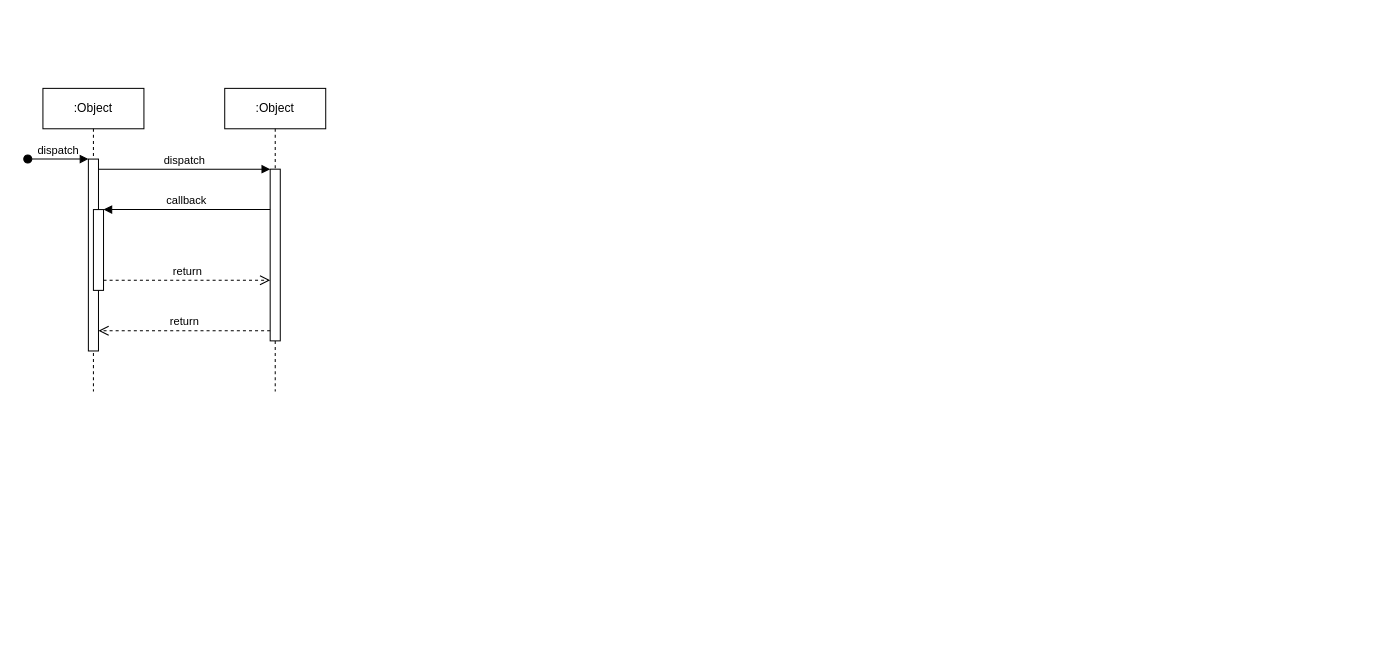
Before: Untitled Diagram.drawio in aleakos/aleakos.github.io, a draw.io diagram. Source tidied: cells renumbered, new cells numbered last; positions are measured from the earlier drawing's top-left corner, leaving out a move shared by most shapes. Both pictures are drawn from the tidied source at 101%, with x=0, y=0 at pixel (27, 88).
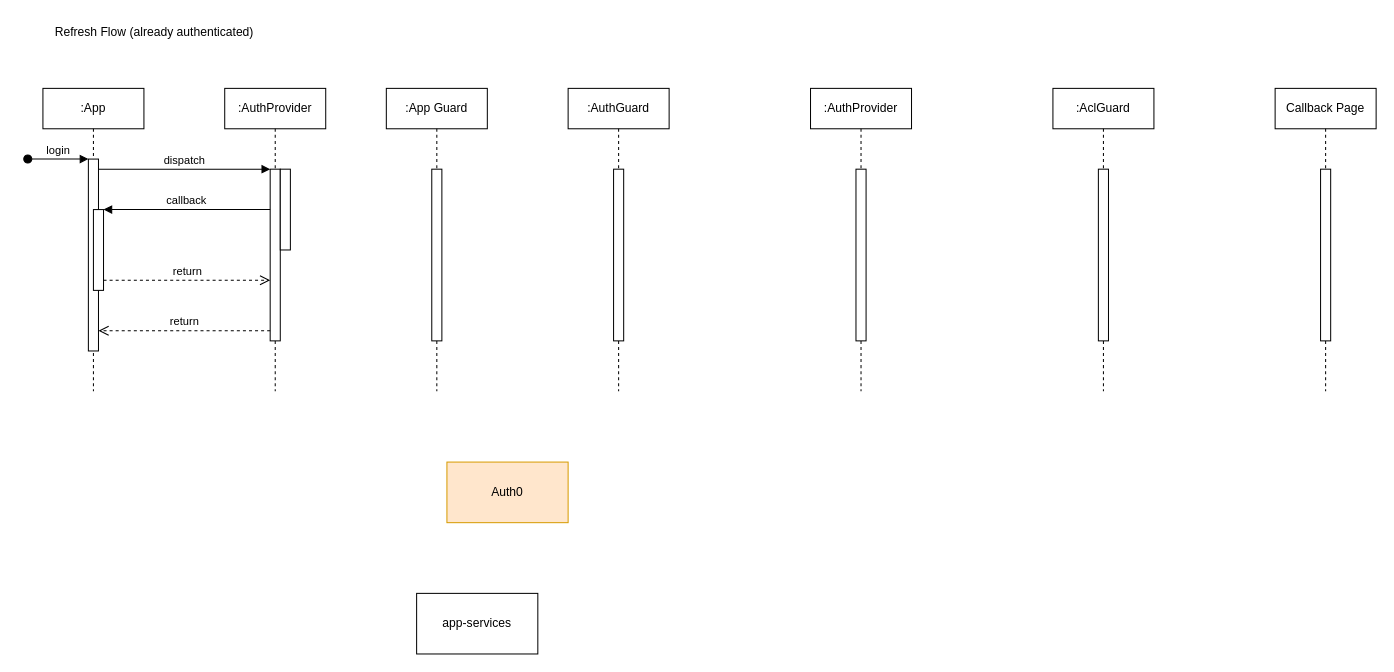
After the change.

The change refers to these unchanged cells:
```xml
<mxCell id="3" style="html=1;points=[];perimeter=orthogonalPerimeter;outlineConnect=0;targetShapes=umlLifeline;portConstraint=eastwest;newEdgeStyle={&quot;edgeStyle&quot;:&quot;elbowEdgeStyle&quot;,&quot;elbow&quot;:&quot;vertical&quot;,&quot;curved&quot;:0,&quot;rounded&quot;:0};" parent="2" vertex="1">
  <mxGeometry x="45" y="70" width="10" height="190" as="geometry" />
</mxCell>
```

What changed in the source:
```diff
@@
-    <mxCell id="2" value=":Object" style="shape=umlLifeline;perimeter=lifelinePerimeter;whiteSpace=wrap;html=1;newEdgeStyle={&quot;edgeStyle&quot;:&quot;elbowEdgeStyle&quot;,&quot;elbow&quot;:&quot;vertical&quot;,&quot;curved&quot;:0,&quot;rounded&quot;:0};" parent="1" vertex="1">
+    <mxCell id="2" value=":App" style="shape=umlLifeline;perimeter=lifelinePerimeter;whiteSpace=wrap;html=1;newEdgeStyle={&quot;edgeStyle&quot;:&quot;elbowEdgeStyle&quot;,&quot;elbow&quot;:&quot;vertical&quot;,&quot;curved&quot;:0,&quot;rounded&quot;:0};" parent="1" vertex="1">
       <mxGeometry x="15" width="100" height="300" as="geometry" />
     </mxCell>
@@
-    <mxCell id="4" value="dispatch" style="html=1;verticalAlign=bottom;startArrow=oval;endArrow=block;startSize=8;edgeStyle=elbowEdgeStyle;elbow=vertical;curved=0;rounded=0;" parent="2" edge="1" target="3">
+    <mxCell id="4" value="login" style="html=1;verticalAlign=bottom;startArrow=oval;endArrow=block;startSize=8;edgeStyle=elbowEdgeStyle;elbow=vertical;curved=0;rounded=0;" parent="2" edge="1" target="3">
       <mxGeometry relative="1" as="geometry">
         <mxPoint x="-15" y="70" as="sourcePoint" />
       </mxGeometry>
     </mxCell>
@@
-    <mxCell id="6" value=":Object" style="shape=umlLifeline;perimeter=lifelinePerimeter;whiteSpace=wrap;html=1;newEdgeStyle={&quot;edgeStyle&quot;:&quot;elbowEdgeStyle&quot;,&quot;elbow&quot;:&quot;vertical&quot;,&quot;curved&quot;:0,&quot;rounded&quot;:0};" parent="1" vertex="1">
+    <mxCell id="6" value=":AuthProvider" style="shape=umlLifeline;perimeter=lifelinePerimeter;whiteSpace=wrap;html=1;newEdgeStyle={&quot;edgeStyle&quot;:&quot;elbowEdgeStyle&quot;,&quot;elbow&quot;:&quot;vertical&quot;,&quot;curved&quot;:0,&quot;rounded&quot;:0};" parent="1" vertex="1">
       <mxGeometry x="195" width="100" height="300" as="geometry" />
     </mxCell>
@@
+    <mxCell id="12" style="html=1;perimeter=orthogonalPerimeter;targetShapes=umlLifeline;newEdgeStyle={&quot;edgeStyle&quot;:&quot;elbowEdgeStyle&quot;,&quot;elbow&quot;:&quot;vertical&quot;,&quot;curved&quot;:0,&quot;rounded&quot;:0};" parent="6" vertex="1">
+      <mxGeometry x="55" y="80" width="10" height="80" as="geometry" />
+    </mxCell>
@@
+    <mxCell id="13" value=":App Guard" style="shape=umlLifeline;perimeter=lifelinePerimeter;whiteSpace=wrap;html=1;newEdgeStyle={&quot;edgeStyle&quot;:&quot;elbowEdgeStyle&quot;,&quot;elbow&quot;:&quot;vertical&quot;,&quot;curved&quot;:0,&quot;rounded&quot;:0};" parent="1" vertex="1">
+      <mxGeometry x="355" width="100" height="300" as="geometry" />
+    </mxCell>
+    <mxCell id="14" style="html=1;perimeter=orthogonalPerimeter;targetShapes=umlLifeline;newEdgeStyle={&quot;edgeStyle&quot;:&quot;elbowEdgeStyle&quot;,&quot;elbow&quot;:&quot;vertical&quot;,&quot;curved&quot;:0,&quot;rounded&quot;:0};" parent="13" vertex="1">
+      <mxGeometry x="45" y="80" width="10" height="170" as="geometry" />
+    </mxCell>
+    <mxCell id="15" value=":AuthGuard" style="shape=umlLifeline;perimeter=lifelinePerimeter;whiteSpace=wrap;html=1;newEdgeStyle={&quot;edgeStyle&quot;:&quot;elbowEdgeStyle&quot;,&quot;elbow&quot;:&quot;vertical&quot;,&quot;curved&quot;:0,&quot;rounded&quot;:0};" parent="1" vertex="1">
+      <mxGeometry x="535" width="100" height="300" as="geometry" />
+    </mxCell>
+    <mxCell id="16" style="html=1;perimeter=orthogonalPerimeter;targetShapes=umlLifeline;newEdgeStyle={&quot;edgeStyle&quot;:&quot;elbowEdgeStyle&quot;,&quot;elbow&quot;:&quot;vertical&quot;,&quot;curved&quot;:0,&quot;rounded&quot;:0};" parent="15" vertex="1">
+      <mxGeometry x="45" y="80" width="10" height="170" as="geometry" />
+    </mxCell>
+    <mxCell id="17" value=":AuthProvider" style="shape=umlLifeline;perimeter=lifelinePerimeter;whiteSpace=wrap;html=1;newEdgeStyle={&quot;edgeStyle&quot;:&quot;elbowEdgeStyle&quot;,&quot;elbow&quot;:&quot;vertical&quot;,&quot;curved&quot;:0,&quot;rounded&quot;:0};" parent="1" vertex="1">
+      <mxGeometry x="775" width="100" height="300" as="geometry" />
+    </mxCell>
+    <mxCell id="18" style="html=1;perimeter=orthogonalPerimeter;targetShapes=umlLifeline;newEdgeStyle={&quot;edgeStyle&quot;:&quot;elbowEdgeStyle&quot;,&quot;elbow&quot;:&quot;vertical&quot;,&quot;curved&quot;:0,&quot;rounded&quot;:0};" parent="17" vertex="1">
+      <mxGeometry x="45" y="80" width="10" height="170" as="geometry" />
+    </mxCell>
+    <mxCell id="19" value=":AclGuard" style="shape=umlLifeline;perimeter=lifelinePerimeter;whiteSpace=wrap;html=1;newEdgeStyle={&quot;edgeStyle&quot;:&quot;elbowEdgeStyle&quot;,&quot;elbow&quot;:&quot;vertical&quot;,&quot;curved&quot;:0,&quot;rounded&quot;:0};" parent="1" vertex="1">
+      <mxGeometry x="1015" width="100" height="300" as="geometry" />
+    </mxCell>
+    <mxCell id="20" style="html=1;perimeter=orthogonalPerimeter;targetShapes=umlLifeline;newEdgeStyle={&quot;edgeStyle&quot;:&quot;elbowEdgeStyle&quot;,&quot;elbow&quot;:&quot;vertical&quot;,&quot;curved&quot;:0,&quot;rounded&quot;:0};" parent="19" vertex="1">
+      <mxGeometry x="45" y="80" width="10" height="170" as="geometry" />
+    </mxCell>
+    <mxCell id="21" value="Refresh Flow (already authenticated)" style="text;html=1;align=center;verticalAlign=middle;strokeColor=none;fillColor=none;" parent="1" vertex="1">
+      <mxGeometry x="15" y="-70" width="220" height="30" as="geometry" />
+    </mxCell>
+    <mxCell id="22" value="Callback Page" style="shape=umlLifeline;perimeter=lifelinePerimeter;whiteSpace=wrap;html=1;newEdgeStyle={&quot;edgeStyle&quot;:&quot;elbowEdgeStyle&quot;,&quot;elbow&quot;:&quot;vertical&quot;,&quot;curved&quot;:0,&quot;rounded&quot;:0};" parent="1" vertex="1">
+      <mxGeometry x="1235" width="100" height="300" as="geometry" />
+    </mxCell>
+    <mxCell id="23" style="html=1;perimeter=orthogonalPerimeter;targetShapes=umlLifeline;newEdgeStyle={&quot;edgeStyle&quot;:&quot;elbowEdgeStyle&quot;,&quot;elbow&quot;:&quot;vertical&quot;,&quot;curved&quot;:0,&quot;rounded&quot;:0};" parent="22" vertex="1">
+      <mxGeometry x="45" y="80" width="10" height="170" as="geometry" />
+    </mxCell>
+    <mxCell id="24" value="app-services" style="whiteSpace=wrap;html=1;" parent="1" vertex="1">
+      <mxGeometry x="385" y="500" width="120" height="60" as="geometry" />
+    </mxCell>
+    <mxCell id="25" value="Auth0" style="whiteSpace=wrap;html=1;fillColor=#ffe6cc;strokeColor=#d79b00;" parent="1" vertex="1">
+      <mxGeometry x="415" y="370" width="120" height="60" as="geometry" />
+    </mxCell>
```
